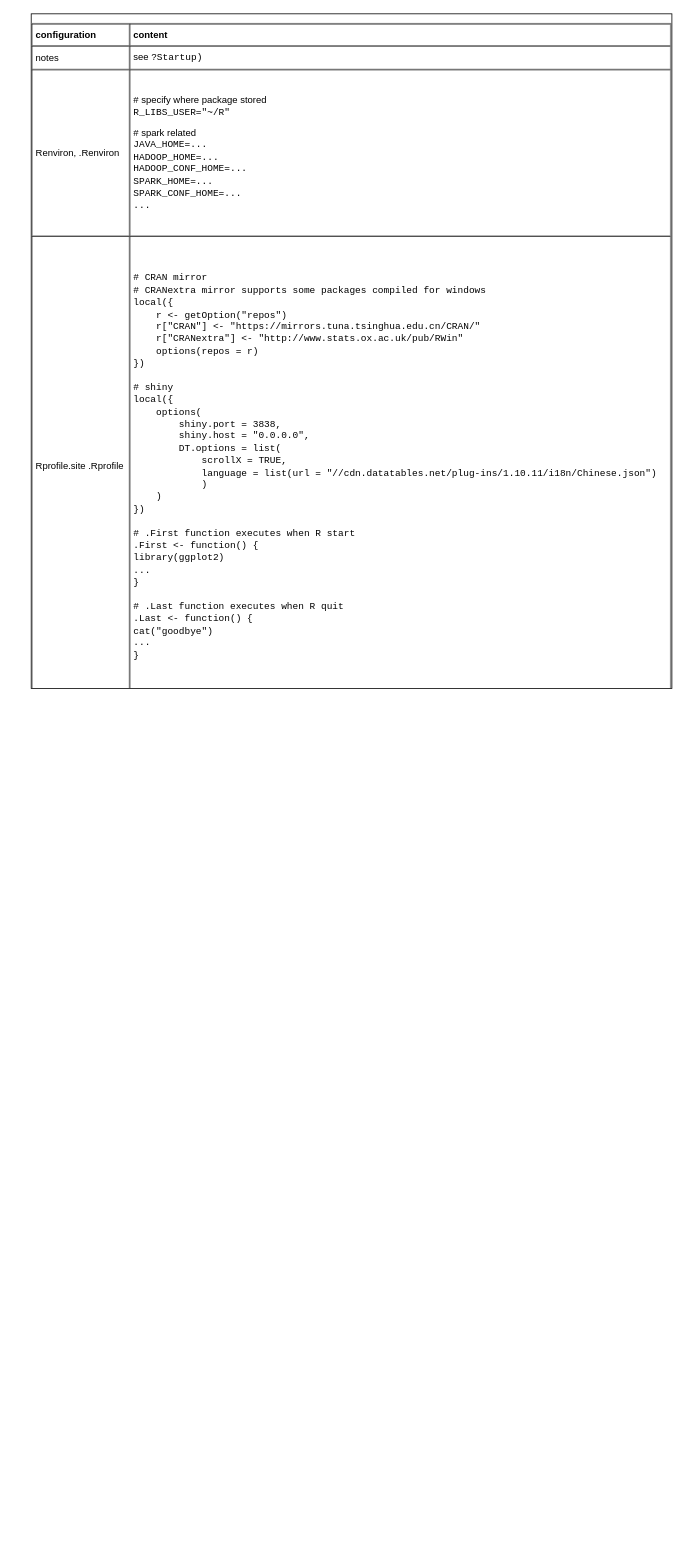
The draw.io diagram page "Configuration" (3 of 6) of languages/R/R.drawio in yangdj/tf_docs, before the edit. Source tidied: cells renumbered, new cells numbered last; positions are measured from the earlier drawing's top-left corner, leaving out a move shared by most shapes. Both pictures are drawn from the tidied source at 79%, with x=0, y=0 at pixel (31, 13).
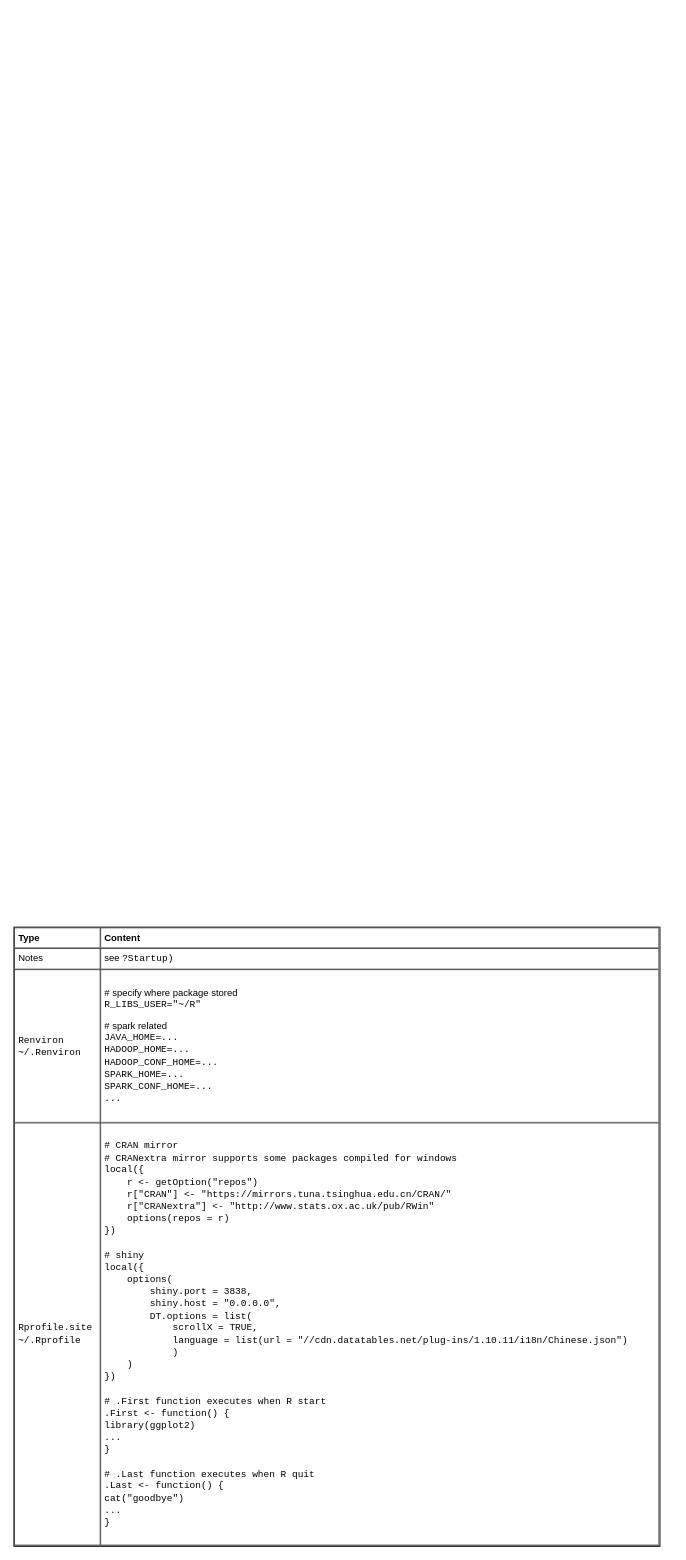
After the change.

What changed in the source:
```diff
@@
 <mxGraphModel>
   <root>
-    <mxCell id="0" />
-    <mxCell id="1" parent="0" />
-    <mxCell id="2" value="&lt;p&gt;&lt;/p&gt;&lt;table cellpadding=&quot;4&quot; cellspacing=&quot;0&quot; border=&quot;1&quot; style=&quot;font-size: 1em ; width: 100% ; height: 100%&quot;&gt;&lt;tbody&gt;&lt;tr&gt;&lt;th&gt;configuration&lt;/th&gt;&lt;th&gt;content&lt;/th&gt;&lt;/tr&gt;&lt;tr&gt;&lt;td&gt;notes&lt;/td&gt;&lt;td&gt;see &lt;font face=&quot;Courier New&quot;&gt;?Startup)&lt;/font&gt;&lt;/td&gt;&lt;/tr&gt;&lt;tr&gt;&lt;td&gt;Renviron, .Renviron&lt;/td&gt;&lt;td&gt;&lt;p&gt;&lt;span style=&quot;font-size: 1em&quot;&gt;# specify where package stored&lt;/span&gt;&lt;br&gt;&lt;span style=&quot;font-family: &amp;#34;courier new&amp;#34; ; font-size: 1em&quot;&gt;R_LIBS_USER=&quot;~/R&quot;&lt;/span&gt;&lt;br&gt;&lt;/p&gt;&lt;p&gt;# spark related&lt;br&gt;&lt;font face=&quot;Courier New&quot;&gt;JAVA_HOME=...&lt;br&gt;HADOOP_HOME=...&lt;br&gt;HADOOP_CONF_HOME=...&lt;br&gt;SPARK_HOME=...&lt;br&gt;SPARK_CONF_HOME=...&lt;br&gt;...&lt;/font&gt;&lt;/p&gt;&lt;/td&gt;&lt;/tr&gt;&lt;tr&gt;&lt;td&gt;Rprofile.site .Rprofile&lt;/td&gt;&lt;td&gt;&lt;div&gt;&lt;font face=&quot;Courier New&quot;&gt;# CRAN mirror&lt;/font&gt;&lt;/div&gt;&lt;div&gt;&lt;font face=&quot;Courier New&quot;&gt;# CRANextra mirror supports some packages compiled for windows&lt;/font&gt;&lt;/div&gt;&lt;div&gt;&lt;font face=&quot;Courier New&quot;&gt;local({&lt;/font&gt;&lt;/div&gt;&lt;div&gt;&lt;font face=&quot;Courier New&quot;&gt;&amp;nbsp; &amp;nbsp; r &amp;lt;- getOption(&quot;repos&quot;)&lt;/font&gt;&lt;/div&gt;&lt;div&gt;&lt;font face=&quot;Courier New&quot;&gt;&amp;nbsp; &amp;nbsp; r[&quot;CRAN&quot;] &amp;lt;-&amp;nbsp;&lt;span style=&quot;font-size: 1em&quot;&gt;&quot;https://mirrors.tuna.tsinghua.edu.cn/CRAN/&quot;&lt;/span&gt;&lt;/font&gt;&lt;/div&gt;&lt;font face=&quot;Courier New&quot;&gt;&amp;nbsp; &amp;nbsp; r[&quot;CRANextra&quot;] &amp;lt;-&amp;nbsp;&lt;span style=&quot;font-size: 1em&quot;&gt;&quot;&lt;/span&gt;http://www.stats.ox.ac.uk/pub/RWin&lt;span style=&quot;font-size: 1em&quot;&gt;&quot;&lt;br&gt;&amp;nbsp; &amp;nbsp; options(repos = r)&lt;br&gt;&lt;/span&gt;&lt;/font&gt;&lt;div&gt;&lt;font face=&quot;Courier New&quot;&gt;})&lt;/font&gt;&lt;/div&gt;&lt;font face=&quot;Courier New&quot;&gt;&lt;br&gt;# shiny&lt;br&gt;local({ &lt;/font&gt;&lt;br&gt;&lt;font face=&quot;Courier New&quot;&gt;&amp;nbsp; &amp;nbsp; options(&lt;/font&gt;&lt;br&gt;&lt;font face=&quot;Courier New&quot;&gt;&amp;nbsp; &amp;nbsp; &amp;nbsp; &amp;nbsp; shiny.port = 3838, &lt;/font&gt;&lt;br&gt;&lt;font face=&quot;Courier New&quot;&gt;&amp;nbsp; &amp;nbsp; &amp;nbsp; &amp;nbsp; shiny.host = &quot;0.0.0.0&quot;,&lt;/font&gt;&lt;br&gt;&lt;font face=&quot;Courier New&quot;&gt;&amp;nbsp; &amp;nbsp; &amp;nbsp; &amp;nbsp; DT.options = list(&lt;/font&gt;&lt;br&gt;&lt;font face=&quot;Courier New&quot;&gt;&amp;nbsp; &amp;nbsp; &amp;nbsp; &amp;nbsp; &amp;nbsp; &amp;nbsp; scrollX = TRUE, &lt;/font&gt;&lt;br&gt;&lt;font face=&quot;Courier New&quot;&gt;&amp;nbsp; &amp;nbsp; &amp;nbsp; &amp;nbsp; &amp;nbsp; &amp;nbsp; language = list(url = &quot;//cdn.datatables.net/plug-ins/1.10.11/i18n/Chinese.json&quot;)&lt;/font&gt;&lt;br&gt;&lt;font face=&quot;Courier New&quot;&gt;&amp;nbsp; &amp;nbsp; &amp;nbsp; &amp;nbsp; &amp;nbsp; &amp;nbsp; )&lt;/font&gt;&lt;br&gt;&lt;font face=&quot;Courier New&quot;&gt;&amp;nbsp; &amp;nbsp; )&lt;/font&gt;&lt;br&gt;&lt;font face=&quot;Courier New&quot;&gt;})&lt;br&gt;&lt;br&gt;# .First function executes when R start&lt;br&gt;.First &amp;lt;- function() {&lt;br&gt;library(ggplot2)&lt;br&gt;...&lt;br&gt;}&lt;br&gt;&lt;br&gt;# .Last function executes when R quit&lt;br&gt;.Last &amp;lt;- function() {&lt;br&gt;cat(&quot;goodbye&quot;)&lt;br&gt;...&lt;br&gt;}&lt;/font&gt;&lt;/td&gt;&lt;/tr&gt;&lt;/tbody&gt;&lt;/table&gt;&lt;p&gt;&lt;/p&gt; " style="verticalAlign=top;align=left;overflow=fill;fontSize=12;fontFamily=Helvetica;html=1;fillColor=none;" parent="1" vertex="1">
-      <mxGeometry width="811" height="854" as="geometry" />
-    </mxCell>
+    <mxCell id="3" />
+    <mxCell id="4" parent="3" />
+    <mxCell id="5" value="&lt;table cellpadding=&quot;4&quot; cellspacing=&quot;0&quot; border=&quot;1&quot; style=&quot;font-size: 1em ; width: 100% ; height: 100%&quot;&gt;&lt;tbody&gt;&lt;tr&gt;&lt;th&gt;Type&lt;/th&gt;&lt;th&gt;Content&lt;/th&gt;&lt;/tr&gt;&lt;tr&gt;&lt;td&gt;Notes&lt;/td&gt;&lt;td&gt;see&amp;nbsp;&lt;font face=&quot;Courier New&quot;&gt;?Startup)&lt;/font&gt;&lt;/td&gt;&lt;/tr&gt;&lt;tr&gt;&lt;td&gt;&lt;font face=&quot;Courier New&quot;&gt;Renviron&lt;br&gt;~/.Renviron&lt;/font&gt;&lt;/td&gt;&lt;td&gt;&lt;p&gt;&lt;span style=&quot;font-size: 1em&quot;&gt;# specify where package stored&lt;/span&gt;&lt;br&gt;&lt;span style=&quot;font-family: &amp;#34;courier new&amp;#34; ; font-size: 1em&quot;&gt;R_LIBS_USER=&quot;~/R&quot;&lt;/span&gt;&lt;br&gt;&lt;/p&gt;&lt;p&gt;# spark related&lt;br&gt;&lt;font face=&quot;Courier New&quot;&gt;JAVA_HOME=...&lt;br&gt;HADOOP_HOME=...&lt;br&gt;HADOOP_CONF_HOME=...&lt;br&gt;SPARK_HOME=...&lt;br&gt;SPARK_CONF_HOME=...&lt;br&gt;...&lt;/font&gt;&lt;/p&gt;&lt;/td&gt;&lt;/tr&gt;&lt;tr&gt;&lt;td&gt;&lt;font face=&quot;Courier New&quot;&gt;Rprofile.site&lt;br&gt;~/.Rprofile&lt;/font&gt;&lt;br&gt;&lt;/td&gt;&lt;td&gt;&lt;div&gt;&lt;font face=&quot;Courier New&quot;&gt;# CRAN mirror&lt;/font&gt;&lt;/div&gt;&lt;div&gt;&lt;font face=&quot;Courier New&quot;&gt;# CRANextra mirror supports some packages compiled for windows&lt;/font&gt;&lt;/div&gt;&lt;div&gt;&lt;font face=&quot;Courier New&quot;&gt;local({&lt;/font&gt;&lt;/div&gt;&lt;div&gt;&lt;font face=&quot;Courier New&quot;&gt;&amp;nbsp; &amp;nbsp; r &amp;lt;- getOption(&quot;repos&quot;)&lt;/font&gt;&lt;/div&gt;&lt;div&gt;&lt;font face=&quot;Courier New&quot;&gt;&amp;nbsp; &amp;nbsp; r[&quot;CRAN&quot;] &amp;lt;-&amp;nbsp;&lt;span style=&quot;font-size: 1em&quot;&gt;&quot;https://mirrors.tuna.tsinghua.edu.cn/CRAN/&quot;&lt;/span&gt;&lt;/font&gt;&lt;/div&gt;&lt;font face=&quot;Courier New&quot;&gt;&amp;nbsp; &amp;nbsp; r[&quot;CRANextra&quot;] &amp;lt;-&amp;nbsp;&lt;span style=&quot;font-size: 1em&quot;&gt;&quot;&lt;/span&gt;http://www.stats.ox.ac.uk/pub/RWin&lt;span style=&quot;font-size: 1em&quot;&gt;&quot;&lt;br&gt;&amp;nbsp; &amp;nbsp; options(repos = r)&lt;br&gt;&lt;/span&gt;&lt;/font&gt;&lt;div&gt;&lt;font face=&quot;Courier New&quot;&gt;})&lt;/font&gt;&lt;/div&gt;&lt;font face=&quot;Courier New&quot;&gt;&lt;br&gt;# shiny&lt;br&gt;local({&amp;nbsp;&lt;/font&gt;&lt;br&gt;&lt;font face=&quot;Courier New&quot;&gt;&amp;nbsp; &amp;nbsp; options(&lt;/font&gt;&lt;br&gt;&lt;font face=&quot;Courier New&quot;&gt;&amp;nbsp; &amp;nbsp; &amp;nbsp; &amp;nbsp; shiny.port = 3838,&amp;nbsp;&lt;/font&gt;&lt;br&gt;&lt;font face=&quot;Courier New&quot;&gt;&amp;nbsp; &amp;nbsp; &amp;nbsp; &amp;nbsp; shiny.host = &quot;0.0.0.0&quot;,&lt;/font&gt;&lt;br&gt;&lt;font face=&quot;Courier New&quot;&gt;&amp;nbsp; &amp;nbsp; &amp;nbsp; &amp;nbsp; DT.options = list(&lt;/font&gt;&lt;br&gt;&lt;font face=&quot;Courier New&quot;&gt;&amp;nbsp; &amp;nbsp; &amp;nbsp; &amp;nbsp; &amp;nbsp; &amp;nbsp; scrollX = TRUE,&amp;nbsp;&lt;/font&gt;&lt;br&gt;&lt;font face=&quot;Courier New&quot;&gt;&amp;nbsp; &amp;nbsp; &amp;nbsp; &amp;nbsp; &amp;nbsp; &amp;nbsp; language = list(url = &quot;//cdn.datatables.net/plug-ins/1.10.11/i18n/Chinese.json&quot;)&lt;/font&gt;&lt;br&gt;&lt;font face=&quot;Courier New&quot;&gt;&amp;nbsp; &amp;nbsp; &amp;nbsp; &amp;nbsp; &amp;nbsp; &amp;nbsp; )&lt;/font&gt;&lt;br&gt;&lt;font face=&quot;Courier New&quot;&gt;&amp;nbsp; &amp;nbsp; )&lt;/font&gt;&lt;br&gt;&lt;font face=&quot;Courier New&quot;&gt;})&lt;br&gt;&lt;br&gt;# .First function executes when R start&lt;br&gt;.First &amp;lt;- function() {&lt;br&gt;library(ggplot2)&lt;br&gt;...&lt;br&gt;}&lt;br&gt;&lt;br&gt;# .Last function executes when R quit&lt;br&gt;.Last &amp;lt;- function() {&lt;br&gt;cat(&quot;goodbye&quot;)&lt;br&gt;...&lt;br&gt;}&lt;/font&gt;&lt;br&gt;&lt;/td&gt;&lt;/tr&gt;&lt;/tbody&gt;&lt;/table&gt; " style="verticalAlign=top;align=left;overflow=fill;fontSize=12;fontFamily=Helvetica;html=1;strokeColor=#000000;" parent="4" vertex="1">
+      <mxGeometry x="-22" y="1156" width="818" height="784" as="geometry" />
+    </mxCell>
   </root>
 </mxGraphModel>
```
